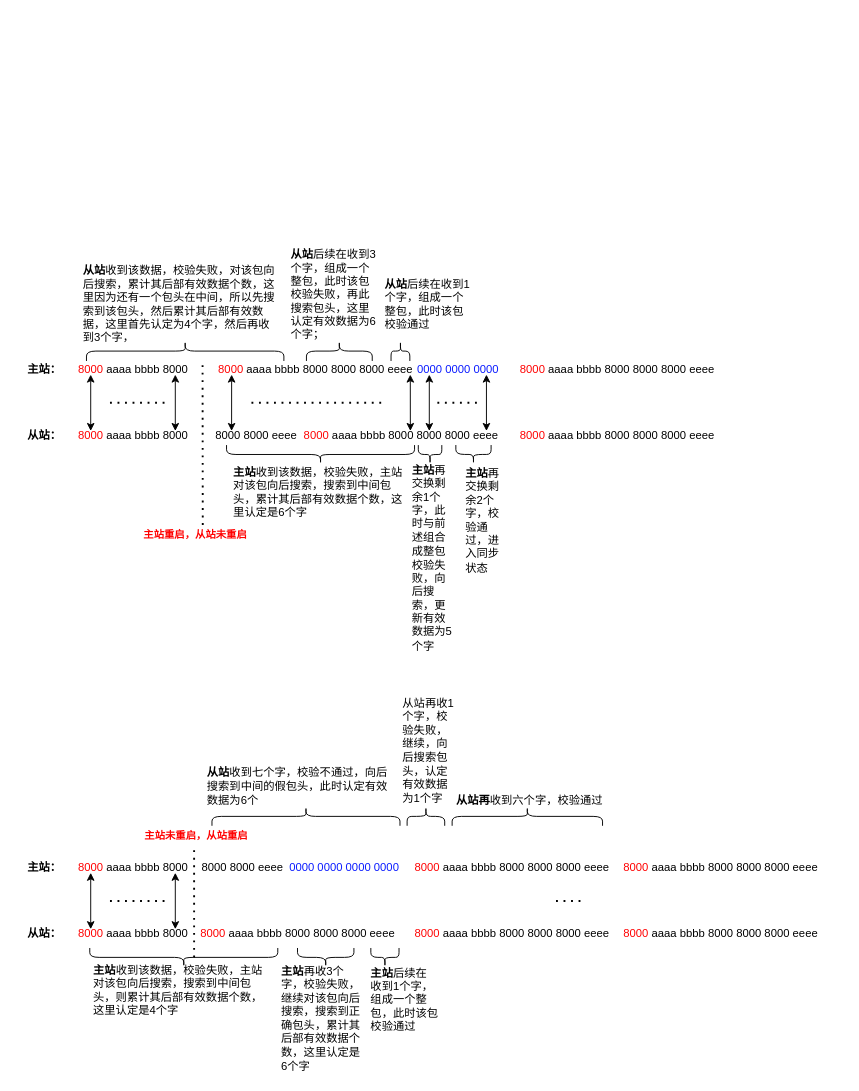
This is spi通讯库.drawio from zhuofengdd/draw.io, a draw.io file, before an edit. Source tidied: cells renumbered, new cells numbered last; positions are measured from the earlier drawing's top-left corner, leaving out a move shared by most shapes. Both pictures are drawn from the tidied source at 94%, with x=0, y=0 at pixel (16, 252).
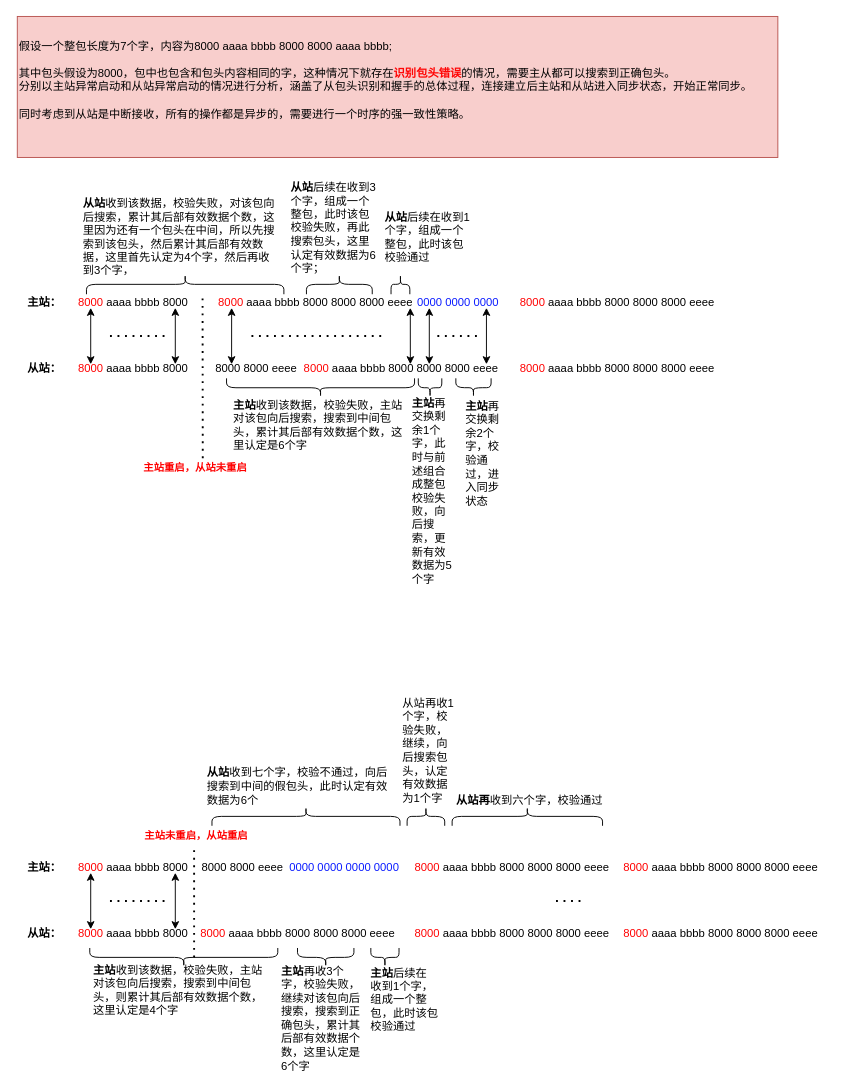
The same diagram, later.

Commit message:
更新spi通讯库.drawio

Diff of the diagram source:
```diff
@@
     <mxCell id="2" value="&lt;font color=&quot;#ff0000&quot;&gt;8000&lt;/font&gt; aaaa bbbb 8000 8000 8000 eeee" style="text;strokeColor=none;fillColor=none;align=left;verticalAlign=middle;spacingLeft=4;spacingRight=4;overflow=hidden;points=[[0,0.5],[1,0.5]];portConstraint=eastwest;whiteSpace=wrap;html=1;" parent="1" vertex="1">
-      <mxGeometry x="209" y="110" width="240" height="30" as="geometry" />
+      <mxGeometry x="209" y="39" width="240" height="30" as="geometry" />
     </mxCell>
     <mxCell id="3" value="&lt;font color=&quot;#ff0000&quot;&gt;8000&lt;/font&gt; aaaa bbbb 8000 8000 8000 eeee" style="text;strokeColor=none;fillColor=none;align=left;verticalAlign=middle;spacingLeft=4;spacingRight=4;overflow=hidden;whiteSpace=wrap;html=1;" parent="1" vertex="1">
-      <mxGeometry x="530" y="110" width="240" height="30" as="geometry" />
+      <mxGeometry x="530" y="39" width="240" height="30" as="geometry" />
     </mxCell>
     <mxCell id="4" value="&lt;b&gt;主站：&lt;/b&gt;" style="text;html=1;strokeColor=none;fillColor=none;align=center;verticalAlign=middle;whiteSpace=wrap;rounded=0;" parent="1" vertex="1">
-      <mxGeometry y="110" width="60" height="30" as="geometry" />
+      <mxGeometry y="39" width="60" height="30" as="geometry" />
     </mxCell>
     <mxCell id="5" value="8000 8000 eeee" style="text;strokeColor=none;fillColor=none;align=left;verticalAlign=middle;spacingLeft=4;spacingRight=4;overflow=hidden;points=[[0,0.5],[1,0.5]];portConstraint=eastwest;whiteSpace=wrap;html=1;" parent="1" vertex="1">
-      <mxGeometry x="205.6" y="180" width="240" height="30" as="geometry" />
+      <mxGeometry x="205.6" y="109" width="240" height="30" as="geometry" />
     </mxCell>
     <mxCell id="6" value="&lt;font color=&quot;#ff0303&quot;&gt;8000&lt;/font&gt; aaaa bbbb 8000 8000 8000 eeee" style="text;strokeColor=none;fillColor=none;align=left;verticalAlign=middle;spacingLeft=4;spacingRight=4;overflow=hidden;points=[[0,0.5],[1,0.5]];portConstraint=eastwest;whiteSpace=wrap;html=1;" parent="1" vertex="1">
-      <mxGeometry x="300" y="180" width="240" height="30" as="geometry" />
+      <mxGeometry x="300" y="109" width="240" height="30" as="geometry" />
     </mxCell>
     <mxCell id="7" value="&lt;font color=&quot;#ff0000&quot;&gt;8000&lt;/font&gt; aaaa bbbb 8000 8000 8000 eeee" style="text;strokeColor=none;fillColor=none;align=left;verticalAlign=middle;spacingLeft=4;spacingRight=4;overflow=hidden;whiteSpace=wrap;html=1;" parent="1" vertex="1">
-      <mxGeometry x="530" y="180" width="240" height="30" as="geometry" />
+      <mxGeometry x="530" y="109" width="240" height="30" as="geometry" />
     </mxCell>
     <mxCell id="8" value="&lt;b&gt;从站：&lt;/b&gt;" style="text;html=1;strokeColor=none;fillColor=none;align=center;verticalAlign=middle;whiteSpace=wrap;rounded=0;" parent="1" vertex="1">
-      <mxGeometry y="180" width="60" height="30" as="geometry" />
+      <mxGeometry y="109" width="60" height="30" as="geometry" />
     </mxCell>
@@
     <mxCell id="10" style="endArrow=classic;html=1;rounded=0;entryX=0.496;entryY=0.333;entryDx=0;entryDy=0;entryPerimeter=0;exitX=0.083;exitY=0.667;exitDx=0;exitDy=0;exitPerimeter=0;startArrow=classic;startFill=1;" parent="1" edge="1" target="6">
       <mxGeometry relative="1" as="geometry">
-        <mxPoint x="419" y="130" as="sourcePoint" />
+        <mxPoint x="419" y="59" as="sourcePoint" />
       </mxGeometry>
     </mxCell>
     <mxCell id="11" style="endArrow=none;dashed=1;html=1;dashPattern=1 3;strokeWidth=2;rounded=0;" parent="1" edge="1">
       <mxGeometry relative="1" as="geometry">
-        <mxPoint x="250" y="160" as="sourcePoint" />
-        <mxPoint x="390" y="160" as="targetPoint" />
+        <mxPoint x="250" y="89" as="sourcePoint" />
+        <mxPoint x="390" y="89" as="targetPoint" />
       </mxGeometry>
     </mxCell>
     <mxCell id="12" style="shape=curlyBracket;whiteSpace=wrap;html=1;rounded=1;labelPosition=left;verticalLabelPosition=middle;align=right;verticalAlign=middle;rotation=-90;" parent="1" vertex="1">
-      <mxGeometry x="313.5" y="115" width="20" height="200" as="geometry" />
+      <mxGeometry x="313.5" y="44" width="20" height="200" as="geometry" />
     </mxCell>
     <mxCell id="13" value="&lt;b&gt;主站&lt;/b&gt;收到该数据，校验失败，主站对该包向后搜索，搜索到中间包头，累计其后部有效数据个数，这里认定是6个字" style="text;html=1;strokeColor=none;fillColor=none;align=left;verticalAlign=middle;whiteSpace=wrap;rounded=0;" parent="1" vertex="1">
-      <mxGeometry x="228.5" y="225" width="190" height="60" as="geometry" />
+      <mxGeometry x="228.5" y="154" width="190" height="60" as="geometry" />
     </mxCell>
     <mxCell id="14" value="&lt;font color=&quot;#0a1bff&quot;&gt;0000 0000 0000&lt;/font&gt;" style="text;html=1;strokeColor=none;fillColor=none;align=center;verticalAlign=middle;whiteSpace=wrap;rounded=0;" parent="1" vertex="1">
-      <mxGeometry x="410" y="110" width="120" height="30" as="geometry" />
+      <mxGeometry x="410" y="39" width="120" height="30" as="geometry" />
     </mxCell>
     <mxCell id="15" style="endArrow=classic;startArrow=classic;html=1;rounded=0;exitX=0.583;exitY=0.333;exitDx=0;exitDy=0;exitPerimeter=0;entryX=0.292;entryY=0.667;entryDx=0;entryDy=0;entryPerimeter=0;" parent="1" edge="1">
       <mxGeometry relative="1" as="geometry">
-        <mxPoint x="439.2" y="190" as="sourcePoint" />
-        <mxPoint x="439.2" y="130" as="targetPoint" />
+        <mxPoint x="439.2" y="119" as="sourcePoint" />
+        <mxPoint x="439.2" y="59" as="targetPoint" />
       </mxGeometry>
     </mxCell>
     <mxCell id="16" style="shape=curlyBracket;whiteSpace=wrap;html=1;rounded=1;labelPosition=left;verticalLabelPosition=middle;align=right;verticalAlign=middle;rotation=-90;size=0.5;" parent="1" vertex="1">
-      <mxGeometry x="430" y="202.5" width="20" height="25" as="geometry" />
+      <mxGeometry x="430" y="131.5" width="20" height="25" as="geometry" />
     </mxCell>
     <mxCell id="17" value="&lt;b&gt;主站&lt;/b&gt;再交换剩余1个字，此时与前述组合成整包校验失败，向后搜索，更新有效数据为5个字" style="text;html=1;strokeColor=none;fillColor=none;align=left;verticalAlign=middle;whiteSpace=wrap;rounded=0;" parent="1" vertex="1">
-      <mxGeometry x="419" y="225" width="47.1" height="200" as="geometry" />
+      <mxGeometry x="419" y="154" width="47.1" height="200" as="geometry" />
     </mxCell>
     <mxCell id="18" value="&lt;font color=&quot;#ff0000&quot;&gt;8000&lt;/font&gt; aaaa bbbb 8000" style="text;strokeColor=none;fillColor=none;align=left;verticalAlign=middle;spacingLeft=4;spacingRight=4;overflow=hidden;whiteSpace=wrap;html=1;" parent="1" vertex="1">
-      <mxGeometry x="60" y="180" width="139" height="30" as="geometry" />
+      <mxGeometry x="60" y="109" width="139" height="30" as="geometry" />
     </mxCell>
     <mxCell id="19" value="&lt;font color=&quot;#ff0000&quot;&gt;8000&lt;/font&gt; aaaa bbbb 8000&amp;nbsp;" style="text;strokeColor=none;fillColor=none;align=left;verticalAlign=middle;spacingLeft=4;spacingRight=4;overflow=hidden;whiteSpace=wrap;html=1;" parent="1" vertex="1">
-      <mxGeometry x="60" y="110" width="139" height="30" as="geometry" />
+      <mxGeometry x="60" y="39" width="139" height="30" as="geometry" />
     </mxCell>
     <mxCell id="20" style="endArrow=none;dashed=1;html=1;dashPattern=1 3;strokeWidth=2;rounded=0;" parent="1" edge="1">
       <mxGeometry relative="1" as="geometry">
-        <mxPoint x="198.2" y="290" as="sourcePoint" />
-        <mxPoint x="198" y="120" as="targetPoint" />
+        <mxPoint x="198.2" y="219" as="sourcePoint" />
+        <mxPoint x="198" y="49" as="targetPoint" />
       </mxGeometry>
     </mxCell>
@@
     <mxCell id="22" style="endArrow=classic;startArrow=classic;html=1;rounded=0;exitX=0.583;exitY=0.333;exitDx=0;exitDy=0;exitPerimeter=0;entryX=0.292;entryY=0.667;entryDx=0;entryDy=0;entryPerimeter=0;" parent="1" edge="1">
       <mxGeometry relative="1" as="geometry">
-        <mxPoint x="79" y="190" as="sourcePoint" />
-        <mxPoint x="79" y="130" as="targetPoint" />
+        <mxPoint x="79" y="119" as="sourcePoint" />
+        <mxPoint x="79" y="59" as="targetPoint" />
       </mxGeometry>
     </mxCell>
     <mxCell id="23" style="endArrow=classic;startArrow=classic;html=1;rounded=0;exitX=0.583;exitY=0.333;exitDx=0;exitDy=0;exitPerimeter=0;entryX=0.292;entryY=0.667;entryDx=0;entryDy=0;entryPerimeter=0;" parent="1" edge="1">
       <mxGeometry relative="1" as="geometry">
-        <mxPoint x="169" y="190" as="sourcePoint" />
-        <mxPoint x="169" y="130" as="targetPoint" />
+        <mxPoint x="169" y="119" as="sourcePoint" />
+        <mxPoint x="169" y="59" as="targetPoint" />
       </mxGeometry>
     </mxCell>
     <mxCell id="24" style="shape=curlyBracket;whiteSpace=wrap;html=1;rounded=1;labelPosition=left;verticalLabelPosition=middle;align=right;verticalAlign=middle;rotation=90;" parent="1" vertex="1">
-      <mxGeometry x="169" width="21" height="210" as="geometry" />
+      <mxGeometry x="169" y="-71" width="21" height="210" as="geometry" />
     </mxCell>
     <mxCell id="25" value="&lt;b&gt;从站&lt;/b&gt;收到该数据，校验失败，对该包向后搜索，累计其后部有效数据个数，这里因为还有一个包头在中间，所以先搜索到该包头，然后累计其后部有效数据，这里首先认定为4个字，然后再收到3个字，" style="text;html=1;strokeColor=none;fillColor=none;align=left;verticalAlign=middle;whiteSpace=wrap;rounded=0;" parent="1" vertex="1">
-      <mxGeometry x="69.2" y="25" width="210.5" height="60" as="geometry" />
+      <mxGeometry x="69.2" y="-46" width="210.5" height="60" as="geometry" />
     </mxCell>
     <mxCell id="26" style="shape=curlyBracket;whiteSpace=wrap;html=1;rounded=1;labelPosition=left;verticalLabelPosition=middle;align=right;verticalAlign=middle;rotation=90;" parent="1" vertex="1">
-      <mxGeometry x="333" y="70" width="21" height="70" as="geometry" />
+      <mxGeometry x="333" y="-1" width="21" height="70" as="geometry" />
     </mxCell>
     <mxCell id="27" value="&lt;b&gt;从站&lt;/b&gt;后续在收到3个字，组成一个整包，此时该包校验失败，再此搜索包头，这里认定有效数据为6个字；" style="text;html=1;strokeColor=none;fillColor=none;align=left;verticalAlign=middle;whiteSpace=wrap;rounded=0;" parent="1" vertex="1">
-      <mxGeometry x="290" width="94" height="90" as="geometry" />
+      <mxGeometry x="290" y="-71" width="94" height="90" as="geometry" />
     </mxCell>
     <mxCell id="28" style="shape=curlyBracket;whiteSpace=wrap;html=1;rounded=1;labelPosition=left;verticalLabelPosition=middle;align=right;verticalAlign=middle;rotation=90;" parent="1" vertex="1">
-      <mxGeometry x="398" y="95" width="21" height="20" as="geometry" />
+      <mxGeometry x="398" y="24" width="21" height="20" as="geometry" />
     </mxCell>
     <mxCell id="29" value="&lt;b&gt;从站&lt;/b&gt;后续在收到1个字，组成一个整包，此时该包校验通过" style="text;html=1;strokeColor=none;fillColor=none;align=left;verticalAlign=middle;whiteSpace=wrap;rounded=0;" parent="1" vertex="1">
-      <mxGeometry x="390" y="10" width="94" height="90" as="geometry" />
+      <mxGeometry x="390" y="-61" width="94" height="90" as="geometry" />
     </mxCell>
     <mxCell id="30" style="endArrow=none;dashed=1;html=1;dashPattern=1 3;strokeWidth=2;rounded=0;" parent="1" edge="1">
       <mxGeometry relative="1" as="geometry">
-        <mxPoint x="99.5" y="160" as="sourcePoint" />
-        <mxPoint x="159.5" y="160" as="targetPoint" />
+        <mxPoint x="99.5" y="89" as="sourcePoint" />
+        <mxPoint x="159.5" y="89" as="targetPoint" />
       </mxGeometry>
     </mxCell>
@@
     <mxCell id="51" style="endArrow=classic;startArrow=classic;html=1;rounded=0;exitX=0.583;exitY=0.333;exitDx=0;exitDy=0;exitPerimeter=0;entryX=0.292;entryY=0.667;entryDx=0;entryDy=0;entryPerimeter=0;" parent="1" edge="1">
       <mxGeometry relative="1" as="geometry">
-        <mxPoint x="500" y="190" as="sourcePoint" />
-        <mxPoint x="500" y="130" as="targetPoint" />
+        <mxPoint x="500" y="119" as="sourcePoint" />
+        <mxPoint x="500" y="59" as="targetPoint" />
       </mxGeometry>
     </mxCell>
     <mxCell id="52" style="endArrow=none;dashed=1;html=1;dashPattern=1 3;strokeWidth=2;rounded=0;" parent="1" edge="1">
       <mxGeometry relative="1" as="geometry">
-        <mxPoint x="447.8" y="160" as="sourcePoint" />
-        <mxPoint x="492.2" y="160" as="targetPoint" />
+        <mxPoint x="447.8" y="89" as="sourcePoint" />
+        <mxPoint x="492.2" y="89" as="targetPoint" />
       </mxGeometry>
     </mxCell>
@@
     <mxCell id="54" style="shape=curlyBracket;whiteSpace=wrap;html=1;rounded=1;labelPosition=left;verticalLabelPosition=middle;align=right;verticalAlign=middle;rotation=-90;size=0.5;" parent="1" vertex="1">
-      <mxGeometry x="476.2" y="196.2" width="20" height="37.5" as="geometry" />
+      <mxGeometry x="476.2" y="125.2" width="20" height="37.5" as="geometry" />
     </mxCell>
     <mxCell id="55" value="&lt;b&gt;主站&lt;/b&gt;再交换剩余2个字，校验通过，进入同步状态" style="text;html=1;strokeColor=none;fillColor=none;align=left;verticalAlign=middle;whiteSpace=wrap;rounded=0;" parent="1" vertex="1">
-      <mxGeometry x="476.2" y="220" width="47.1" height="130" as="geometry" />
+      <mxGeometry x="476.2" y="149" width="47.1" height="130" as="geometry" />
     </mxCell>
@@
+    <mxCell id="64" value="假设一个整包长度为7个字，内容为8000 aaaa bbbb 8000 8000 aaaa bbbb;&lt;div&gt;&lt;br&gt;&lt;div&gt;其中包头假设为8000，包中也包含和包头内容相同的字，这种情况下就存在&lt;font color=&quot;#ff0505&quot;&gt;&lt;b&gt;识别包头错误&lt;/b&gt;&lt;/font&gt;的情况，需要主从都可以搜索到正确包头。&lt;/div&gt;&lt;div&gt;分别以主站异常启动和从站异常启动的情况进行分析，涵盖了从包头识别和握手的总体过程，连接建立后主站和从站进入同步状态，开始正常同步。&lt;/div&gt;&lt;/div&gt;&lt;div&gt;&lt;br&gt;&lt;/div&gt;&lt;div&gt;同时考虑到从站是中断接收，所有的操作都是异步的，需要进行一个时序的强一致性策略。&lt;/div&gt;&lt;div&gt;&lt;br&gt;&lt;/div&gt;" style="text;html=1;align=left;verticalAlign=middle;whiteSpace=wrap;rounded=0;fillColor=#f8cecc;strokeColor=#b85450;" parent="1" vertex="1">
+      <mxGeometry x="0.9" y="-251" width="809.1" height="150" as="geometry" />
+    </mxCell>
```
